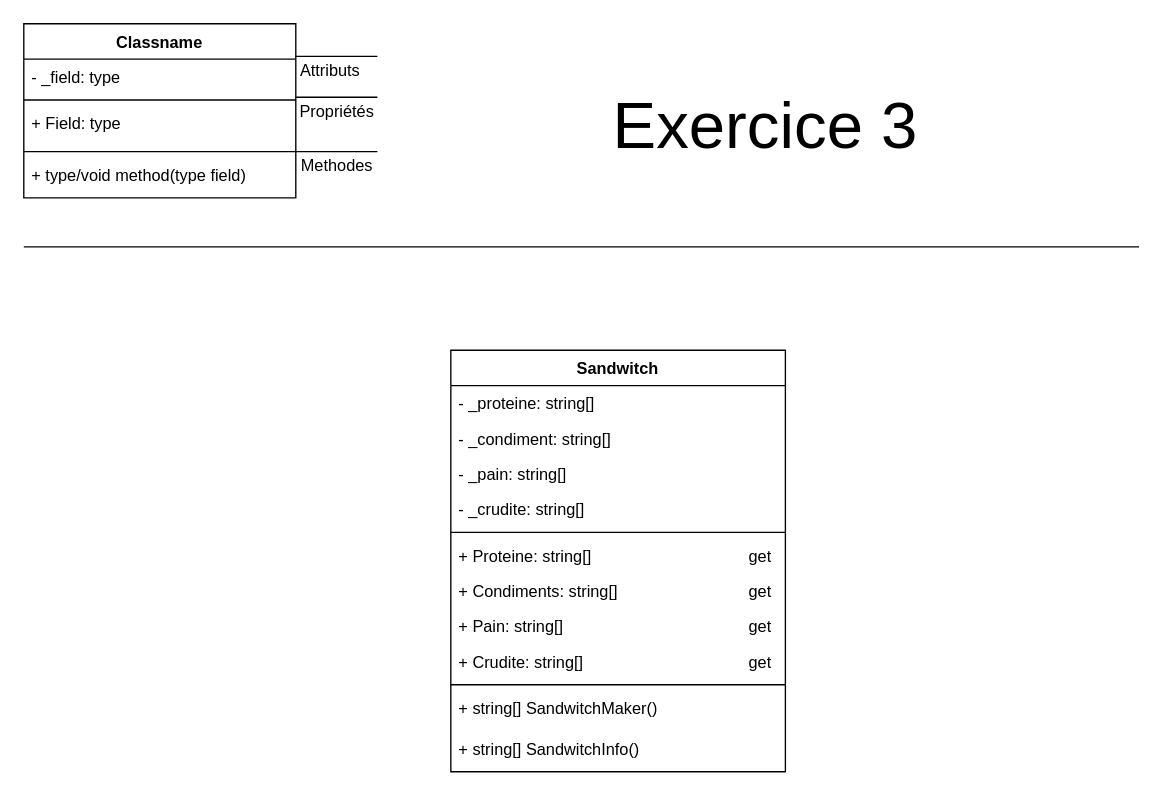
The draw.io diagram page "Ex3" (3 of 5) of POO/ACT_2_POO_ExSimples/ACT_2_POO_AdrienN.drawio in Trex2007/UAA14, before the edit. Source tidied: cells renumbered, new cells numbered last; positions are measured from the earlier drawing's top-left corner, leaving out a move shared by most shapes. Both pictures are drawn from the tidied source at 136%, with x=0, y=0 at pixel (23, 23).
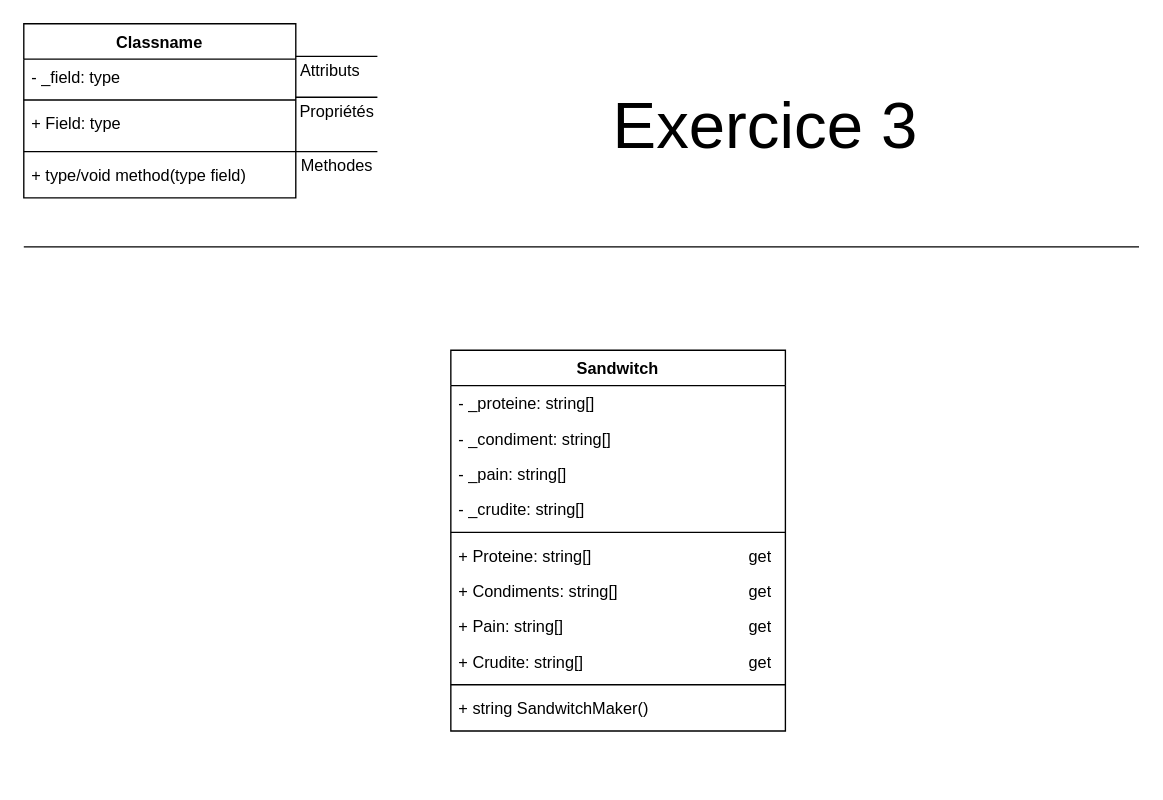
After the change.

The edit, as a diff of the source:
```diff
@@
     <mxCell id="16" value="Sandwitch" style="swimlane;fontStyle=1;align=center;verticalAlign=top;horizontal=1;startSize=26;whiteSpace=wrap;html=1;" parent="1" vertex="1">
-      <mxGeometry x="314" y="240" width="246" height="310" as="geometry" />
+      <mxGeometry x="314" y="240" width="246" height="280" as="geometry" />
     </mxCell>
@@
-    <mxCell id="27" value="+ string[] SandwitchMaker()" style="text;strokeColor=none;fillColor=none;align=left;verticalAlign=top;spacingLeft=4;spacingRight=4;overflow=hidden;whiteSpace=wrap;html=1;" parent="16" vertex="1">
+    <mxCell id="27" value="+ string SandwitchMaker()" style="text;strokeColor=none;fillColor=none;align=left;verticalAlign=top;spacingLeft=4;spacingRight=4;overflow=hidden;whiteSpace=wrap;html=1;" parent="16" vertex="1">
       <mxGeometry y="250" width="246" height="30" as="geometry" />
     </mxCell>
-    <mxCell id="28" value="+ string[] SandwitchInfo()" style="text;strokeColor=none;fillColor=none;align=left;verticalAlign=top;spacingLeft=4;spacingRight=4;overflow=hidden;whiteSpace=wrap;html=1;" parent="16" vertex="1">
-      <mxGeometry y="280" width="246" height="30" as="geometry" />
-    </mxCell>
```
